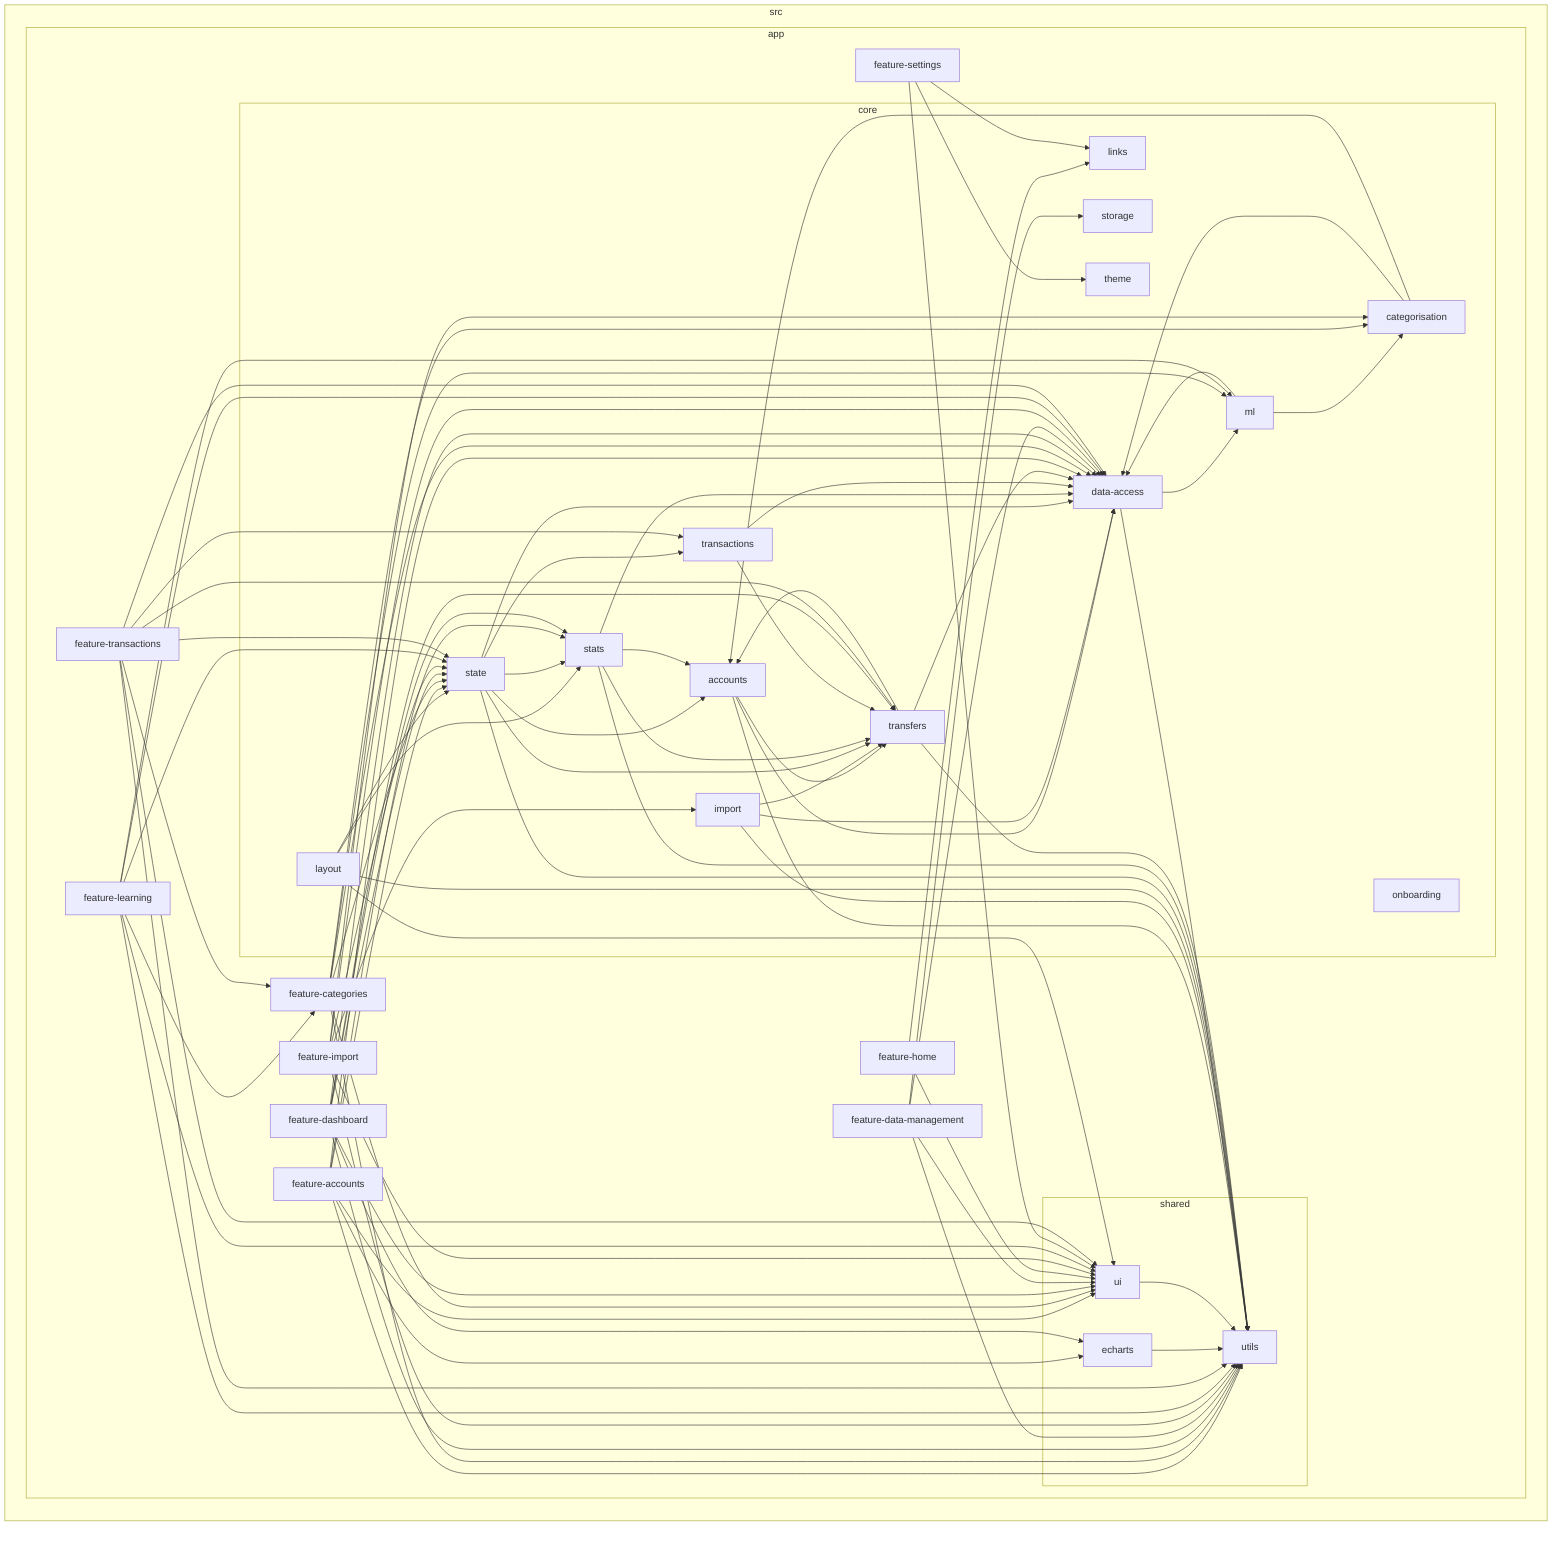
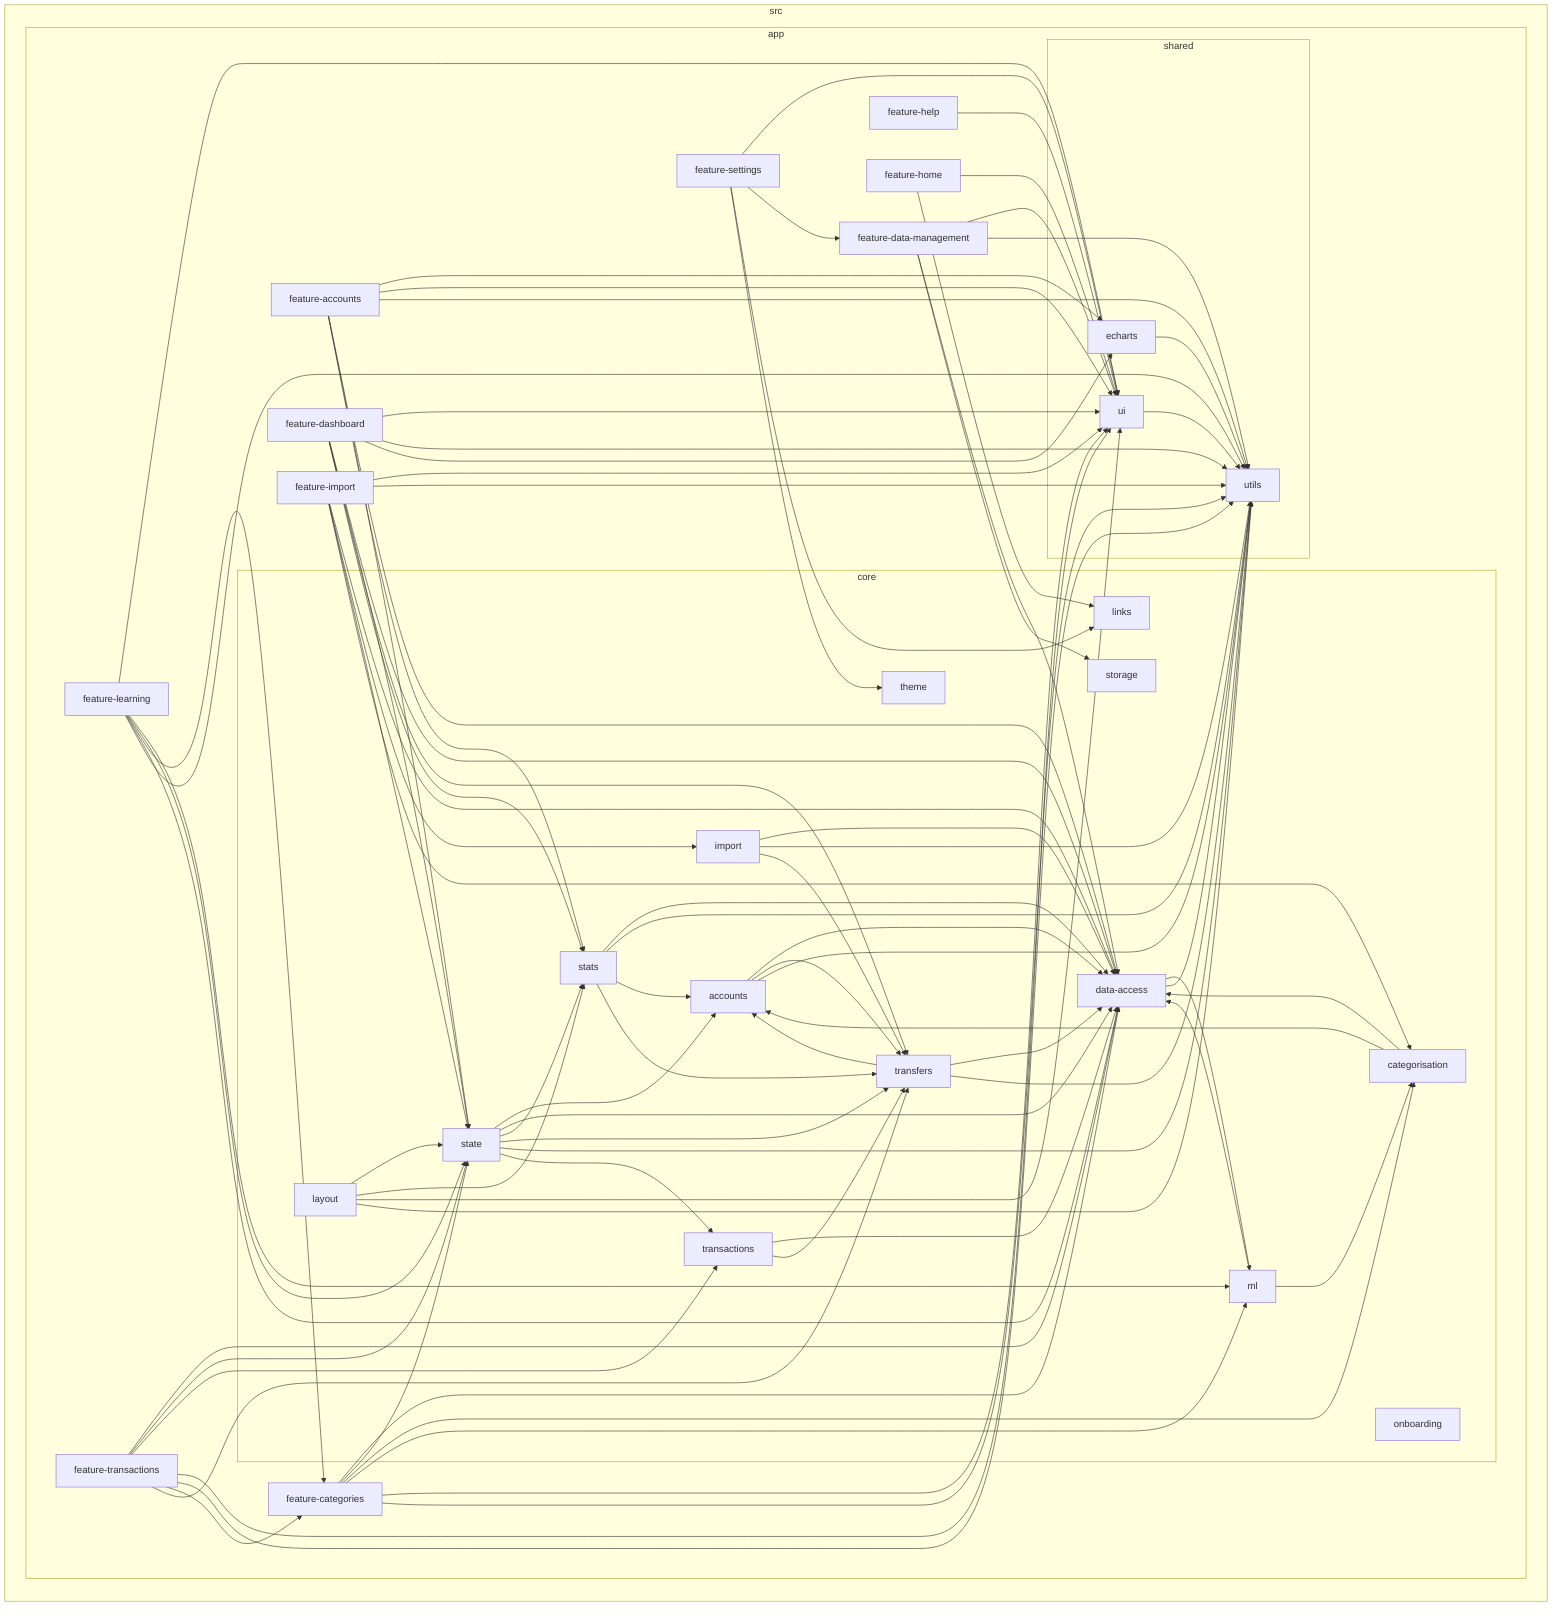
flowchart LR

subgraph 0["src"]
subgraph 1["app"]
subgraph 2["core"]
3["accounts"]
4["categorisation"]
5["data-access"]
6["import"]
7["layout"]
8["links"]
9["ml"]
A["onboarding"]
B["state"]
C["stats"]
D["storage"]
E["theme"]
F["transactions"]
G["transfers"]
end
H["feature-accounts"]
I["feature-categories"]
J["feature-dashboard"]
K["feature-data-management"]
- L["feature-home"]
- M["feature-import"]
- N["feature-learning"]
- O["feature-settings"]
- P["feature-transactions"]
- subgraph Q["shared"]
- R["echarts"]
- S["ui"]
- T["utils"]
+ L["feature-help"]
+ M["feature-home"]
+ N["feature-import"]
+ O["feature-learning"]
+ P["feature-settings"]
+ Q["feature-transactions"]
+ subgraph R["shared"]
+ S["echarts"]
+ T["ui"]
+ U["utils"]
end
end
end
3-->5
3-->G
- 3-->T
+ 3-->U
4-->5
4-->3
5-->9
- 5-->T
+ 5-->U
6-->5
- 6-->T
+ 6-->U
6-->G
7-->B
7-->C
- 7-->S
7-->T
+ 7-->U
9-->4
9-->5
B-->3
B-->5
B-->C
B-->G
- B-->T
+ B-->U
B-->F
C-->5
- C-->T
+ C-->U
C-->3
C-->G
F-->5
F-->G
G-->5
G-->3
- G-->T
+ G-->U
H-->5
- H-->R
+ H-->S
H-->B
- H-->S
H-->T
+ H-->U
H-->C
I-->5
I-->B
- I-->S
I-->T
+ I-->U
I-->4
I-->9
J-->5
J-->B
- J-->S
J-->T
+ J-->U
J-->G
J-->C
- J-->R
+ J-->S
K-->5
K-->D
- K-->S
K-->T
- L-->8
- L-->S
- M-->5
- M-->6
- M-->S
+ K-->U
+ L-->T
+ M-->8
M-->T
- M-->B
- M-->4
- N-->S
- N-->9
+ N-->5
+ N-->6
+ N-->T
+ N-->U
N-->B
- N-->I
- N-->5
- N-->T
- O-->8
- O-->E
- O-->S
- P-->5
- P-->B
- P-->F
- P-->S
+ N-->4
+ O-->T
+ O-->9
+ O-->B
+ O-->I
+ O-->5
+ O-->U
+ P-->8
+ P-->E
P-->T
- P-->I
- P-->G
- R-->T
- S-->T
+ P-->K
+ Q-->5
+ Q-->B
+ Q-->F
+ Q-->T
+ Q-->U
+ Q-->I
+ Q-->G
+ S-->U
+ T-->U
